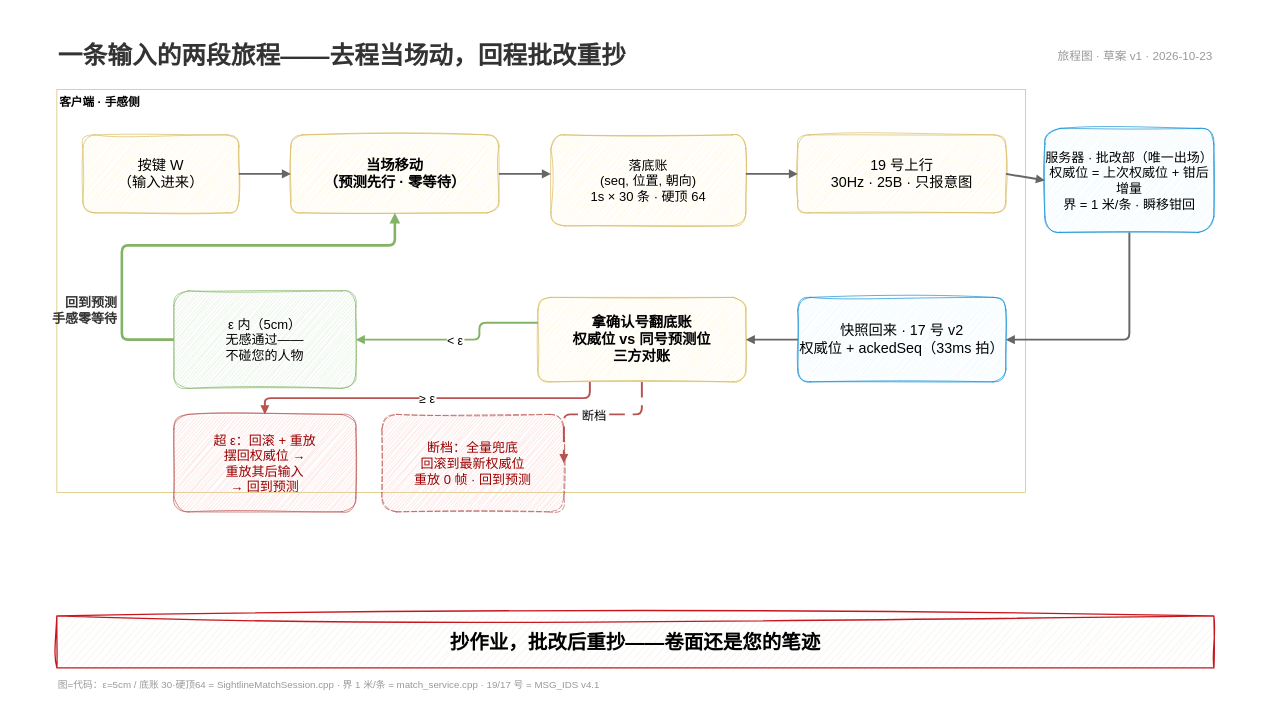
Before: docs/episodes/ep04/trilogy/t1_journey.drawio in x-PiXiu/Sightline, a draw.io diagram. Source tidied: cells renumbered, new cells numbered last; positions are measured from the earlier drawing's top-left corner, leaving out a move shared by most shapes. Both pictures are drawn from the tidied source at 65%, with x=0, y=0 at pixel (11, 11).
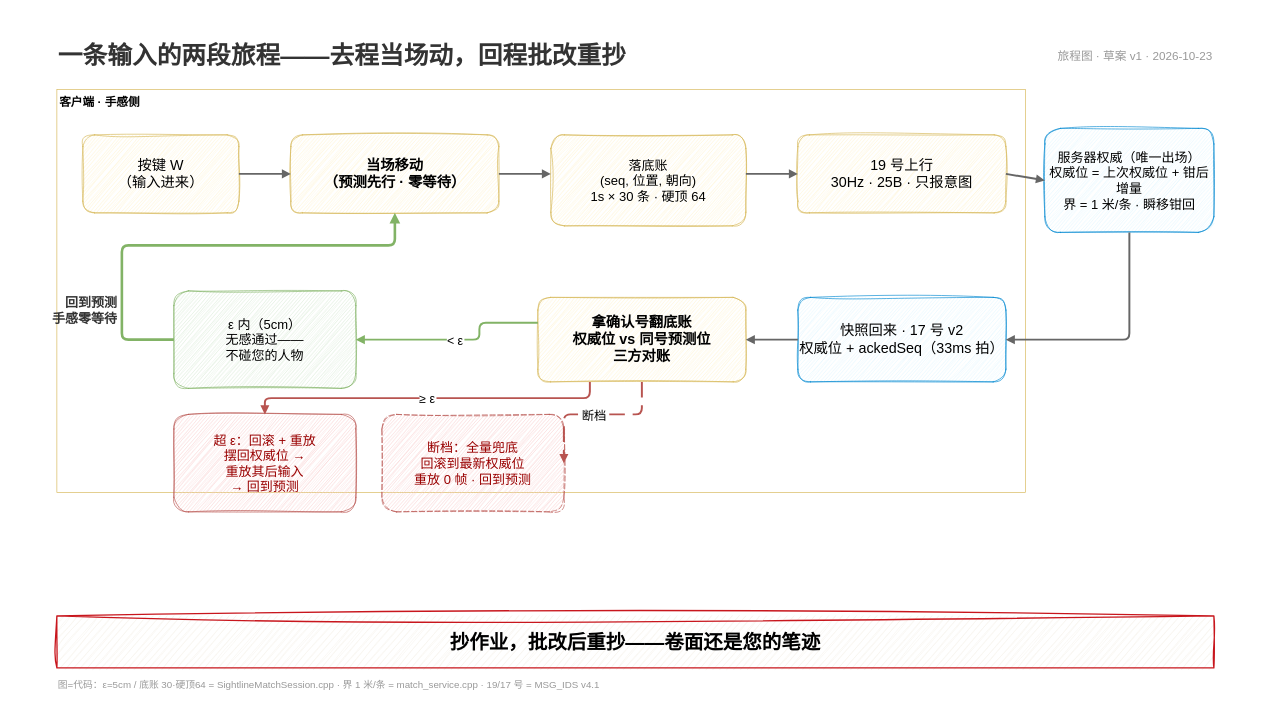
After the change.

Commit message (it also covers changes not shown here):
loadbot 加实时 tick 播报（每 5s 一行 conn/login/mstart/input/snap）+ 30k 复跑存档日志（82.9s·30004/0·snap 30.3·ack 滞后 1·全绿——LoadLog04 动画复放素材源）；trilogy 术语专业化（批改部→服务器权威，v13.2）t0/t1 重渲

Change to the diagram source:
```diff
@@
-    <mxCell id="13" value="服务器 · 批改部（唯一出场）&#10;权威位 = 上次权威位 + 钳后增量&#10;界 = 1 米/条 · 瞬移钳回" style="rounded=1;whiteSpace=wrap;fillColor=#e1f5fe;strokeColor=#0288d1;fontSize=20;sketch=1;curveFitting=1;jiggle=2;" parent="1" vertex="1">
+    <mxCell id="13" value="服务器权威（唯一出场）&#10;权威位 = 上次权威位 + 钳后增量&#10;界 = 1 米/条 · 瞬移钳回" style="rounded=1;whiteSpace=wrap;fillColor=#e1f5fe;strokeColor=#0288d1;fontSize=20;sketch=1;curveFitting=1;jiggle=2;" parent="1" vertex="1">
       <mxGeometry x="1590" y="180" width="260" height="160" as="geometry" />
     </mxCell>
```
